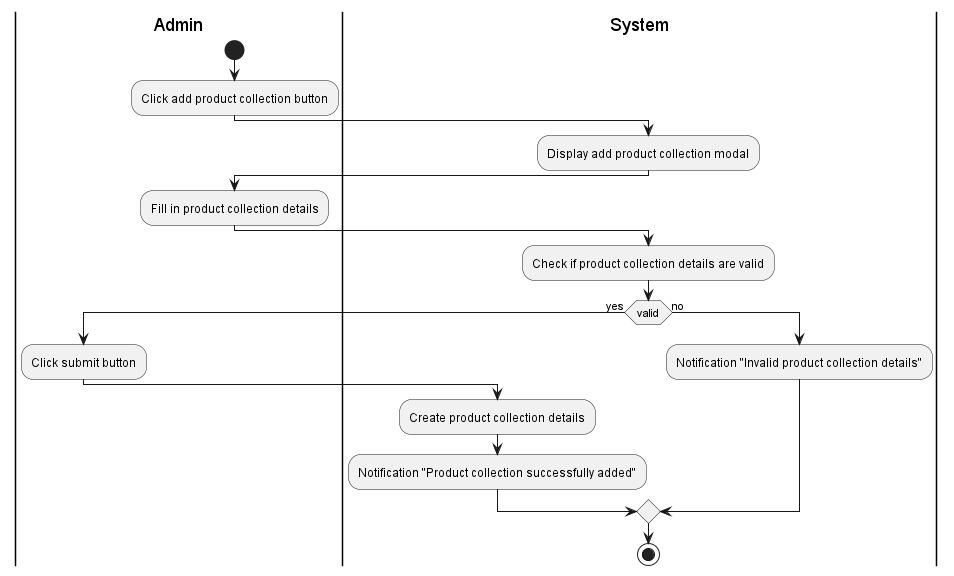
Earlier version of the PlantUML export Lab1/Lab1.2/Activity/img/Add product collection.png (tuankietcoderr/SE357-Practice-class).
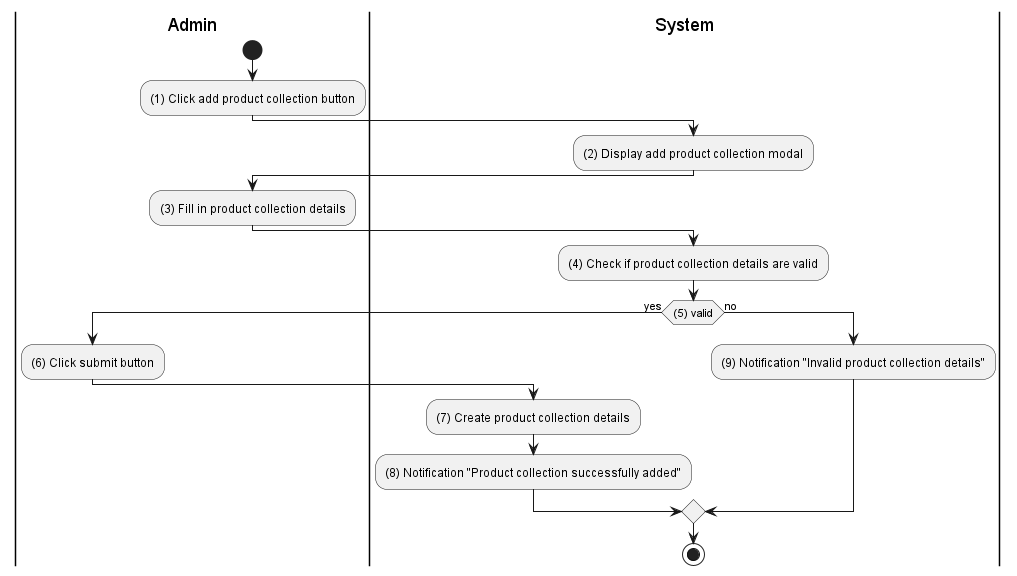
Later version of the same file.

Change to the diagram source:
```diff
@@ -1,22 +1,22 @@
 @startuml Add product collection
 |Admin|
 start
-:Click add product collection button;
+:(1) Click add product collection button;
 |System|
-:Display add product collection modal;
+:(2) Display add product collection modal;
 |Admin|
-:Fill in product collection details;
+:(3) Fill in product collection details;
 |System|
-:Check if product collection details are valid;
-if (valid) then (yes)
+:(4) Check if product collection details are valid;
+if ((5) valid) then (yes)
 |Admin|
-:Click submit button;
+:(6) Click submit button;
 |System|
-:Create product collection details;
-:Notification "Product collection successfully added";
+:(7) Create product collection details;
+:(8) Notification "Product collection successfully added";
 else (no)
 |System|
-:Notification "Invalid product collection details";
+:(9) Notification "Invalid product collection details";
 endif
 stop
 @enduml
```
